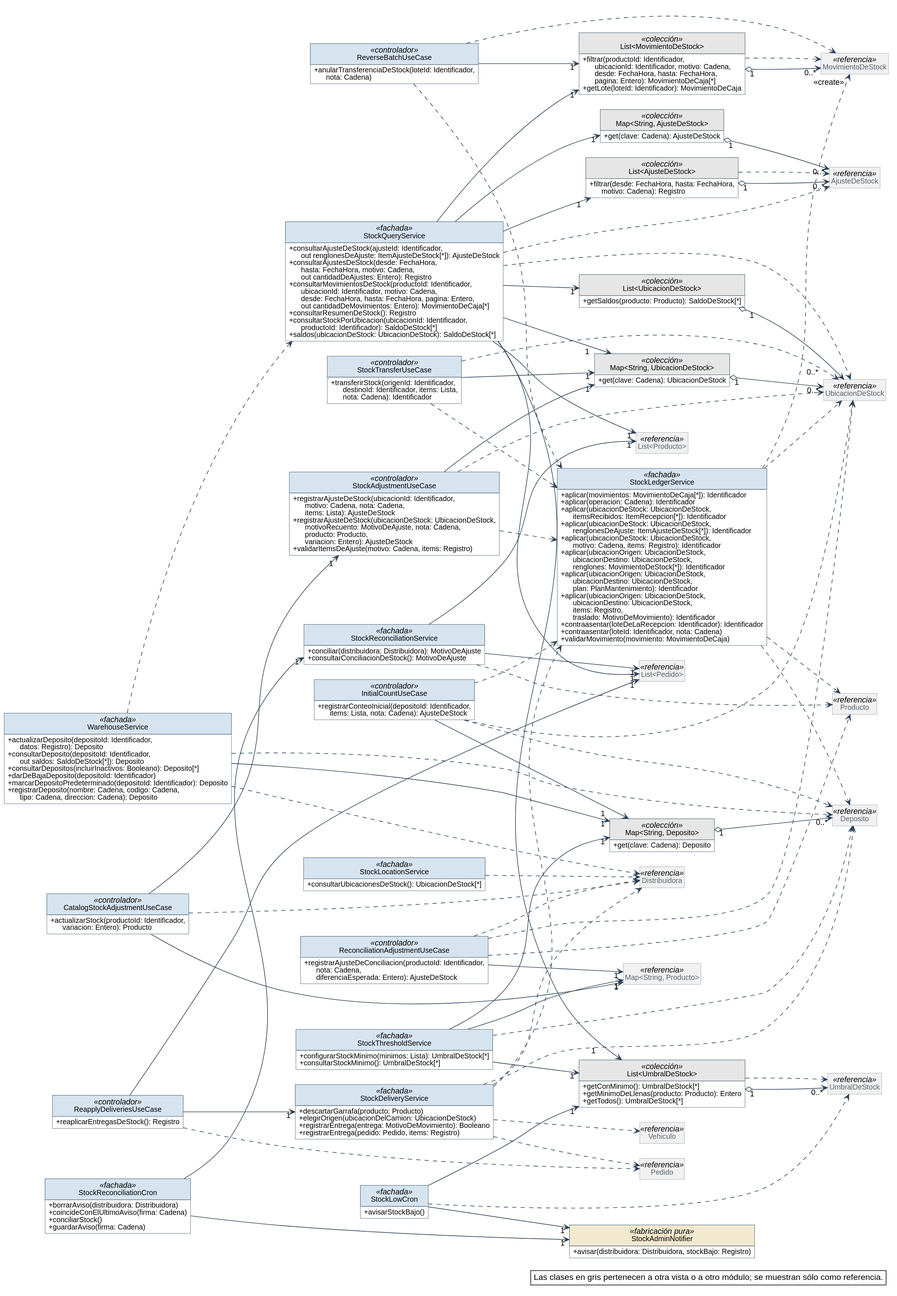
Nahuelito-Dev/splg-docs keeps this PlantUML diagram as diagramas/clases-diseno/DC_Mod_Stock.svg. Above is the earlier version.
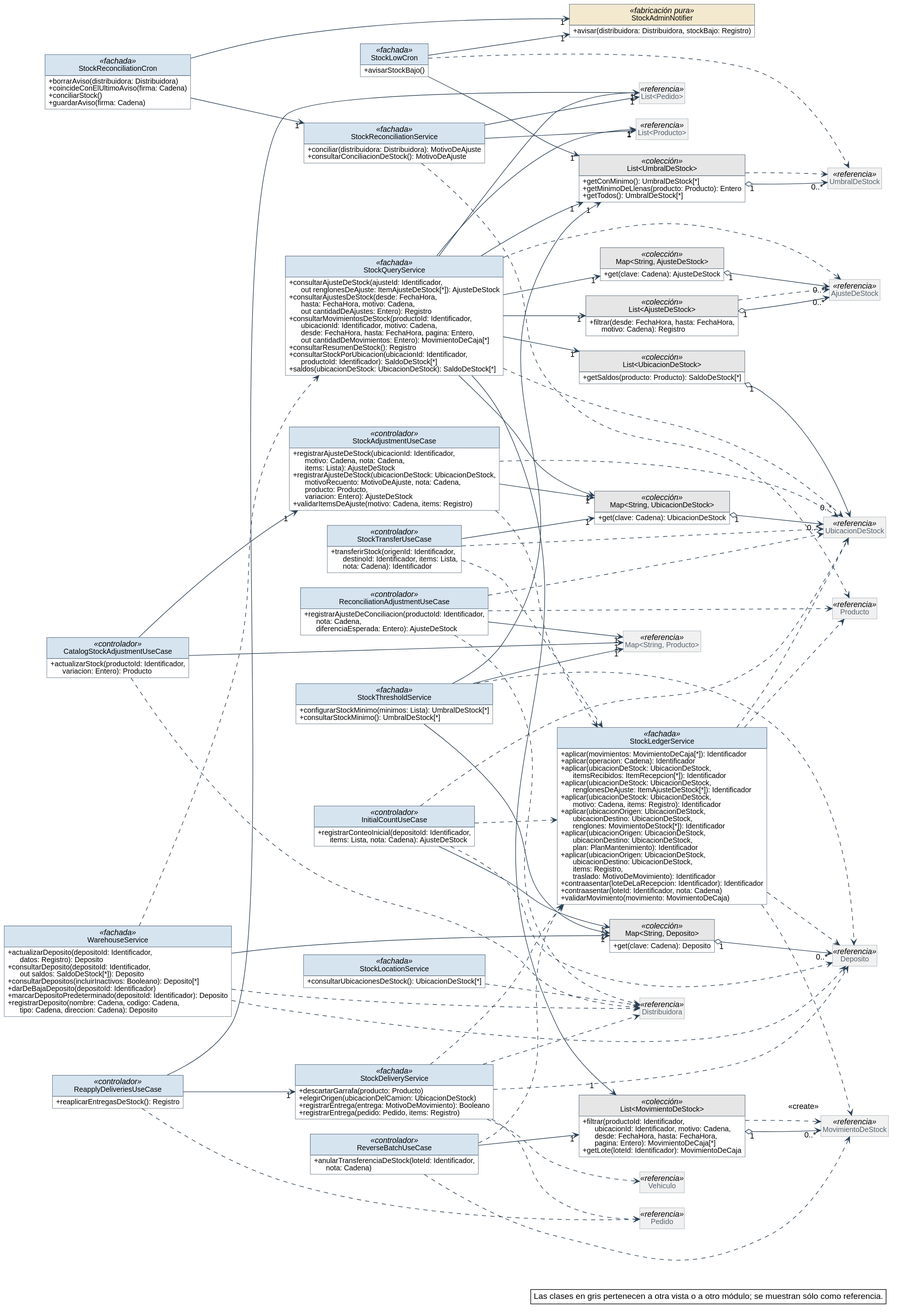
After the change.

What changed in the source:
```diff
@@ -60,6 +60,12 @@
 left to right direction
 skinparam nodesep 25
 skinparam ranksep 90
+class StockDeliveryService <<fachada>> {
+  + descartarGarrafa(producto: Producto)
+  + elegirOrigen(ubicacionDelCamion: UbicacionDeStock)
+  + registrarEntrega(entrega: MotivoDeMovimiento): Booleano
+  + registrarEntrega(pedido: Pedido, items: Registro)
+}
 class CatalogStockAdjustmentUseCase <<controlador>> {
   + actualizarStock(productoId: Identificador,\n      variacion: Entero): Producto
 }
@@ -101,13 +107,13 @@
   + configurarStockMinimo(minimos: Lista): UmbralDeStock[*]
   + consultarStockMinimo(): UmbralDeStock[*]
 }
+class StockLowCron <<fachada>> {
+  + avisarStockBajo()
+}
 class "List<UmbralDeStock>" as List_UmbralDeStock <<colección>> {
   + getConMinimo(): UmbralDeStock[*]
   + getMinimoDeLlenas(producto: Producto): Entero
   + getTodos(): UmbralDeStock[*]
-}
-class StockLowCron <<fachada>> {
-  + avisarStockBajo()
 }
 class StockAdminNotifier <<fabricación pura>> {
   + avisar(distribuidora: Distribuidora, stockBajo: Registro)
@@ -127,12 +133,6 @@
   + contraasentar(loteDeLaRecepcion: Identificador): Identificador
   + contraasentar(loteId: Identificador, nota: Cadena)
   + validarMovimiento(movimiento: MovimientoDeCaja)
-}
-class StockDeliveryService <<fachada>> {
-  + descartarGarrafa(producto: Producto)
-  + elegirOrigen(ubicacionDelCamion: UbicacionDeStock)
-  + registrarEntrega(entrega: MotivoDeMovimiento): Booleano
-  + registrarEntrega(pedido: Pedido, items: Registro)
 }
 class StockReconciliationCron <<fachada>> {
   + borrarAviso(distribuidora: Distribuidora)
```
